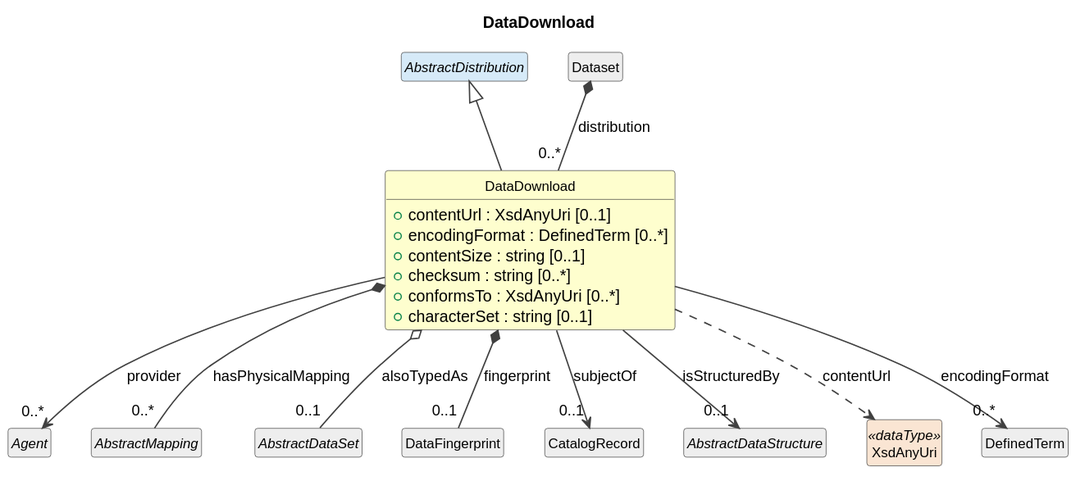
Cross-Domain-Interoperability-Framework/metadataBuildingBlocks keeps this PlantUML diagram as cdif-uml-model/_plantuml/dataDescriptionWithStructure/Classes/DataDownload.svg. Above is the earlier version.
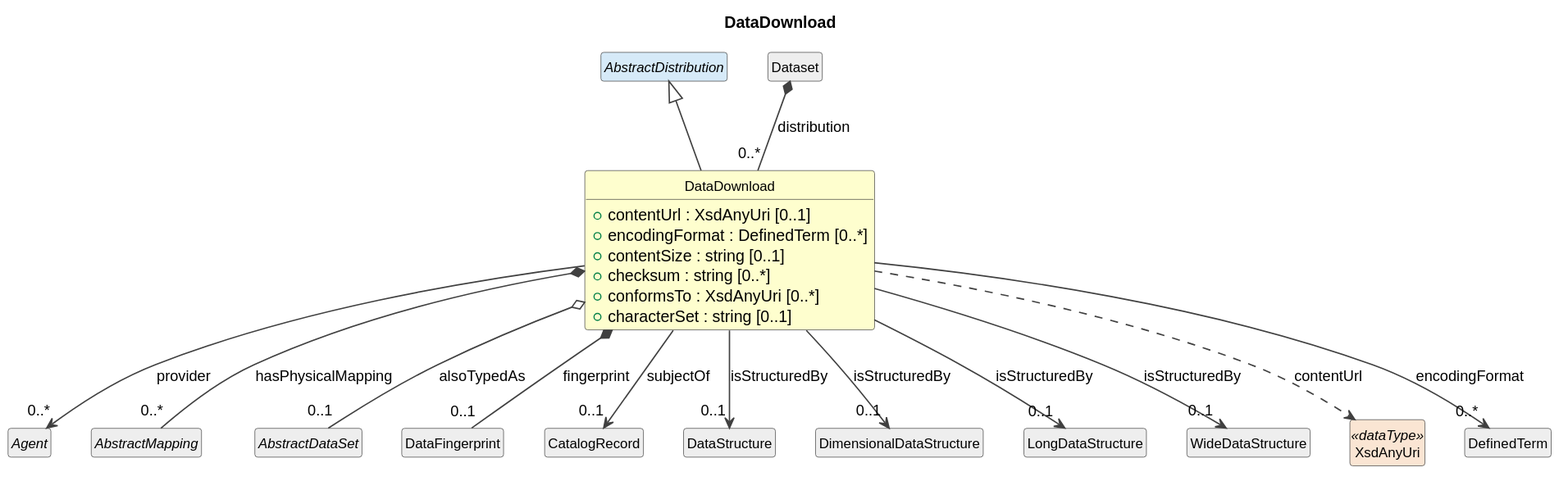
The same diagram one commit later.

Diff of the diagram source:
```diff
@@ -32,8 +32,14 @@
 DataDownload *-- "0..1" DataFingerprint : fingerprint
 class "CatalogRecord" as CatalogRecord #EEEEEE
 DataDownload --> "0..1" CatalogRecord : subjectOf
-abstract class "AbstractDataStructure" as AbstractDataStructure #EEEEEE
-DataDownload --> "0..1" AbstractDataStructure : isStructuredBy
+class "DataStructure" as DataStructure #EEEEEE
+DataDownload --> "0..1" DataStructure : isStructuredBy
+class "DimensionalDataStructure" as DimensionalDataStructure #EEEEEE
+DataDownload --> "0..1" DimensionalDataStructure : isStructuredBy
+class "LongDataStructure" as LongDataStructure #EEEEEE
+DataDownload --> "0..1" LongDataStructure : isStructuredBy
+class "WideDataStructure" as WideDataStructure #EEEEEE
+DataDownload --> "0..1" WideDataStructure : isStructuredBy
 class "XsdAnyUri" as XsdAnyUri <<dataType>> #FAE5D3
 DataDownload ..> XsdAnyUri : contentUrl
 class "DefinedTerm" as DefinedTerm #EEEEEE
```
